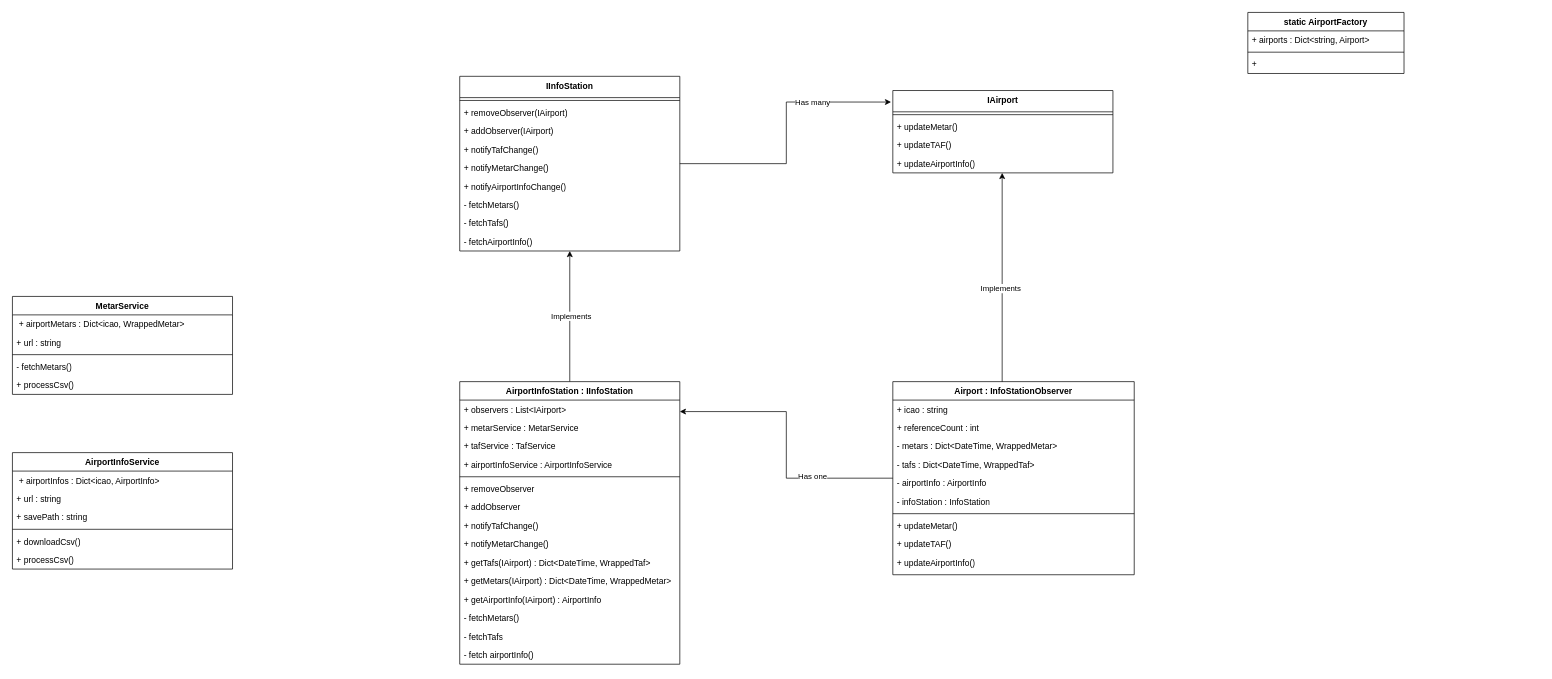
This is Diagrams/KlasseDiagram.drawio from stoffer123/MetarTaf, a draw.io file, before an edit. Source tidied: cells renumbered, new cells numbered last; positions are measured from the earlier drawing's top-left corner, leaving out a move shared by most shapes. Both pictures are drawn from the tidied source at 71%, with x=0, y=0 at pixel (12, 12).
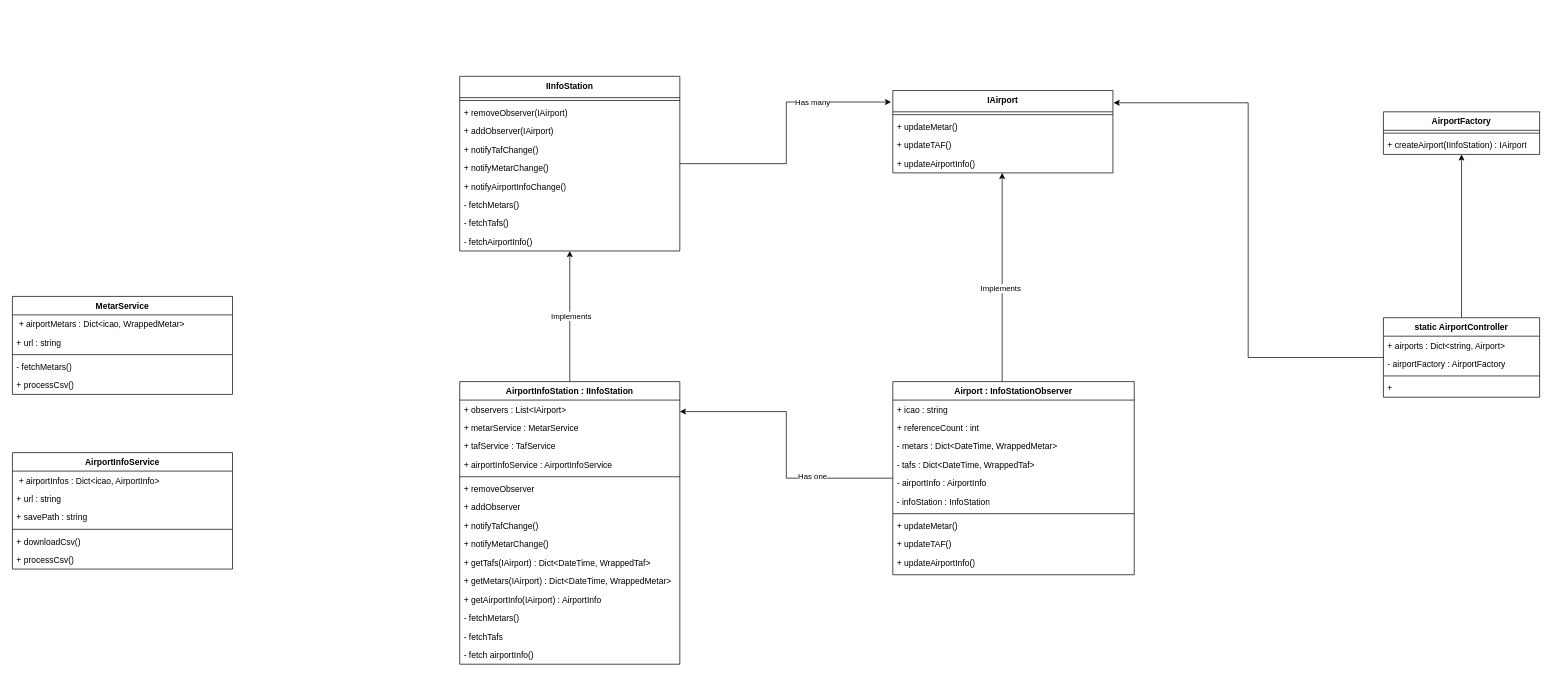
The same page after the edit.

The change refers to these unchanged cells:
```xml
<mxCell id="25" value="IAirport" style="swimlane;fontStyle=1;align=center;verticalAlign=top;horizontal=1;startSize=30;whiteSpace=wrap;html=1;" parent="1" vertex="1">
  <mxGeometry x="1240" y="110" width="310" height="116" as="geometry" />
</mxCell>
```

The edit, as a diff of the source:
```diff
@@
-    <mxCell id="52" value="static AirportFactory" style="swimlane;fontStyle=1;align=center;verticalAlign=top;horizontal=1;startSize=26;whiteSpace=wrap;html=1;" parent="1" vertex="1">
-      <mxGeometry x="1740" width="220" height="86" as="geometry" />
+    <mxCell id="52" value="AirportFactory" style="swimlane;fontStyle=1;align=center;verticalAlign=top;horizontal=1;startSize=26;whiteSpace=wrap;html=1;" parent="1" vertex="1">
+      <mxGeometry x="1931" y="140" width="220" height="60" as="geometry" />
     </mxCell>
-    <mxCell id="53" value="+ airports : Dict&amp;lt;string, Airport&amp;gt;" style="text;strokeColor=none;fillColor=none;align=left;verticalAlign=top;spacingLeft=4;spacingRight=4;overflow=hidden;whiteSpace=wrap;html=1;" parent="52" vertex="1">
-      <mxGeometry y="26" width="220" height="26" as="geometry" />
-    </mxCell>
     <mxCell id="54" style="line;strokeWidth=1;fillColor=none;align=left;verticalAlign=middle;spacingTop=-1;spacingLeft=3;spacingRight=3;labelPosition=right;strokeColor=inherit;" parent="52" vertex="1">
-      <mxGeometry y="52" width="220" height="8" as="geometry" />
+      <mxGeometry y="26" width="220" height="8" as="geometry" />
     </mxCell>
-    <mxCell id="55" value="+&amp;nbsp;" style="text;strokeColor=none;fillColor=none;align=left;verticalAlign=top;spacingLeft=4;spacingRight=4;overflow=hidden;whiteSpace=wrap;html=1;" parent="52" vertex="1">
-      <mxGeometry y="60" width="220" height="26" as="geometry" />
+    <mxCell id="55" value="+ createAirport(IInfoStation) : IAirport" style="text;strokeColor=none;fillColor=none;align=left;verticalAlign=top;spacingLeft=4;spacingRight=4;overflow=hidden;whiteSpace=wrap;html=1;" parent="52" vertex="1">
+      <mxGeometry y="34" width="220" height="26" as="geometry" />
     </mxCell>
@@
+    <mxCell id="69" style="edgeStyle=orthogonalEdgeStyle;rounded=0;jettySize=auto;html=1;" parent="1" edge="1" source="70" target="52">
+      <mxGeometry relative="1" as="geometry" />
+    </mxCell>
+    <mxCell id="70" value="static AirportController" style="swimlane;fontStyle=1;align=center;verticalAlign=top;horizontal=1;startSize=26;whiteSpace=wrap;html=1;" parent="1" vertex="1">
+      <mxGeometry x="1931" y="430" width="220" height="112" as="geometry" />
+    </mxCell>
+    <mxCell id="53" value="+ airports : Dict&amp;lt;string, Airport&amp;gt;" style="text;strokeColor=none;fillColor=none;align=left;verticalAlign=top;spacingLeft=4;spacingRight=4;overflow=hidden;whiteSpace=wrap;html=1;" parent="70" vertex="1">
+      <mxGeometry y="26" width="220" height="26" as="geometry" />
+    </mxCell>
+    <mxCell id="71" value="- airportFactory : AirportFactory" style="text;strokeColor=none;fillColor=none;align=left;verticalAlign=top;spacingLeft=4;spacingRight=4;overflow=hidden;whiteSpace=wrap;html=1;" parent="70" vertex="1">
+      <mxGeometry y="52" width="220" height="26" as="geometry" />
+    </mxCell>
+    <mxCell id="72" style="line;strokeWidth=1;fillColor=none;align=left;verticalAlign=middle;spacingTop=-1;spacingLeft=3;spacingRight=3;labelPosition=right;strokeColor=inherit;" parent="70" vertex="1">
+      <mxGeometry y="78" width="220" height="8" as="geometry" />
+    </mxCell>
+    <mxCell id="73" value="+&amp;nbsp;" style="text;strokeColor=none;fillColor=none;align=left;verticalAlign=top;spacingLeft=4;spacingRight=4;overflow=hidden;whiteSpace=wrap;html=1;" parent="70" vertex="1">
+      <mxGeometry y="86" width="220" height="26" as="geometry" />
+    </mxCell>
+    <mxCell id="74" style="edgeStyle=orthogonalEdgeStyle;rounded=0;jettySize=auto;html=1;entryX=1.003;entryY=0.149;entryDx=0;entryDy=0;entryPerimeter=0;" parent="1" edge="1" source="70" target="25">
+      <mxGeometry relative="1" as="geometry" />
+    </mxCell>
```
